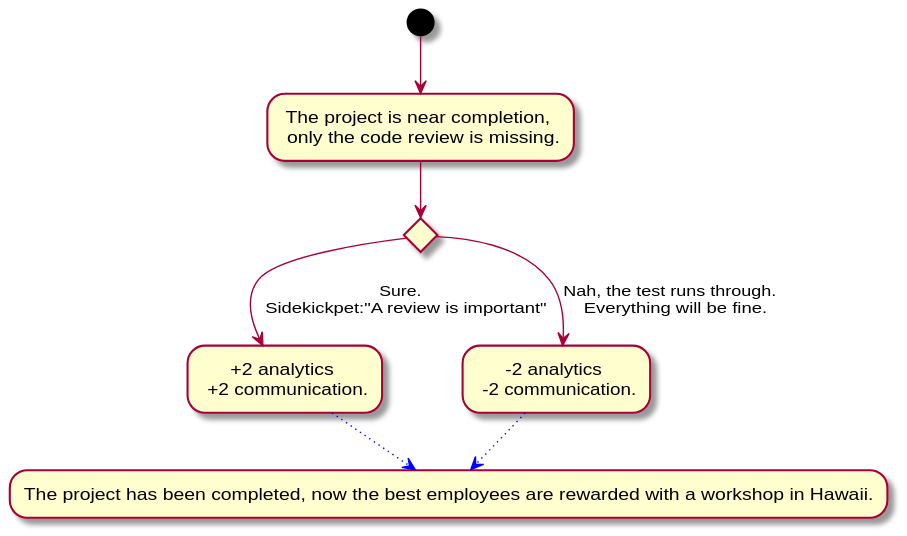
Brotenko/QualityQuest keeps this PlantUML diagram as Docs/Technical Specifications/docs/diagrams/StoryFlow/StoryFlow_Decision_14.svg. Above is the earlier version.
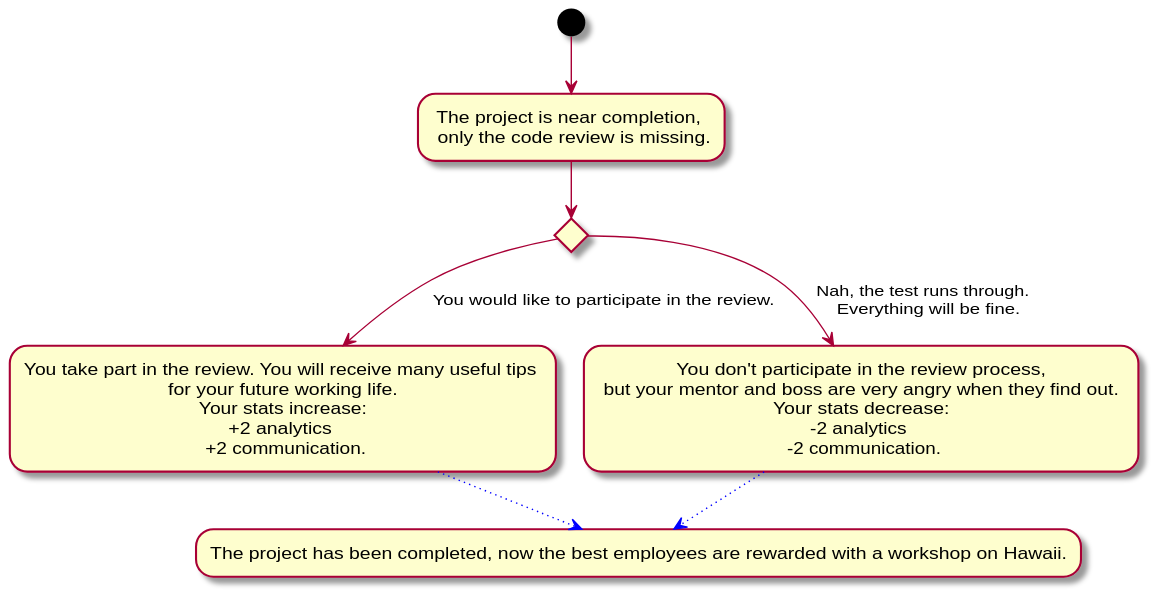
Later version of the same file.

The edit, as a diff of the source:
```diff
@@ -1,9 +1,9 @@
 @startuml
 (*) --> "The project is near completion, \n only the code review is missing." as ende
 if "" then
---> [Sure. \n Sidekickpet:"A review is important"] "+2 analytics \n +2 communication." as good
+--> [You would like to participate in the review.] "You take part in the review. You will receive many useful tips \n for your future working life. \n Your stats increase: \n+2 analytics \n +2 communication." as good
 else
---> [Nah, the test runs through. \n Everything will be fine.] "-2 analytics \n -2 communication."
--[#blue,dotted]-> "The project has been completed, now the best employees are rewarded with a workshop in Hawaii." as shop
+--> [Nah, the test runs through. \n Everything will be fine.] "You don't participate in the review process,\n but your mentor and boss are very angry when they find out. \n Your stats decrease: \n-2 analytics \n -2 communication."
+-[#blue,dotted]-> "The project has been completed, now the best employees are rewarded with a workshop on Hawaii." as shop
 good -[#blue,dotted]-> shop
 @enduml
```
